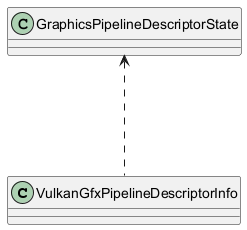
Before: out/diagram/dsf.png, a diagram exported from PlantUML (yinxirun/Ray-Tracing).
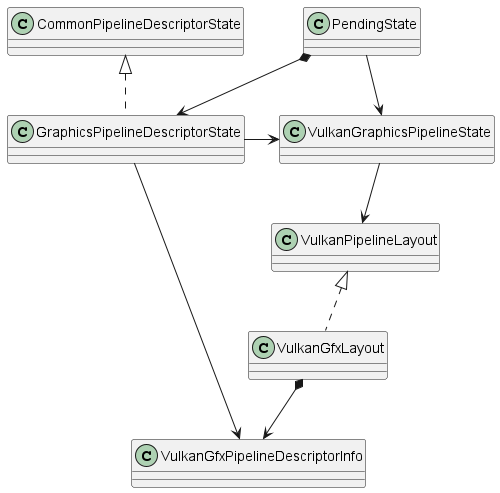
After the change.

Diff of the diagram source:
```diff
@@ -1,8 +1,23 @@
 @startuml dsf
 
+class VulkanPipelineLayout
 class VulkanGfxPipelineDescriptorInfo
+class VulkanGraphicsPipelineState
 class GraphicsPipelineDescriptorState
+class CommonPipelineDescriptorState
+class PendingState
 
-GraphicsPipelineDescriptorState <.-- VulkanGfxPipelineDescriptorInfo
+class VulkanGfxLayout
+
+VulkanGfxLayout *--> VulkanGfxPipelineDescriptorInfo
+PendingState *--> GraphicsPipelineDescriptorState
+PendingState --> VulkanGraphicsPipelineState
+VulkanGraphicsPipelineState --> VulkanPipelineLayout
+GraphicsPipelineDescriptorState -> VulkanGraphicsPipelineState
+
+VulkanPipelineLayout <|.. VulkanGfxLayout
+CommonPipelineDescriptorState <|.. GraphicsPipelineDescriptorState
+
+GraphicsPipelineDescriptorState --> VulkanGfxPipelineDescriptorInfo
 
 @enduml
```
